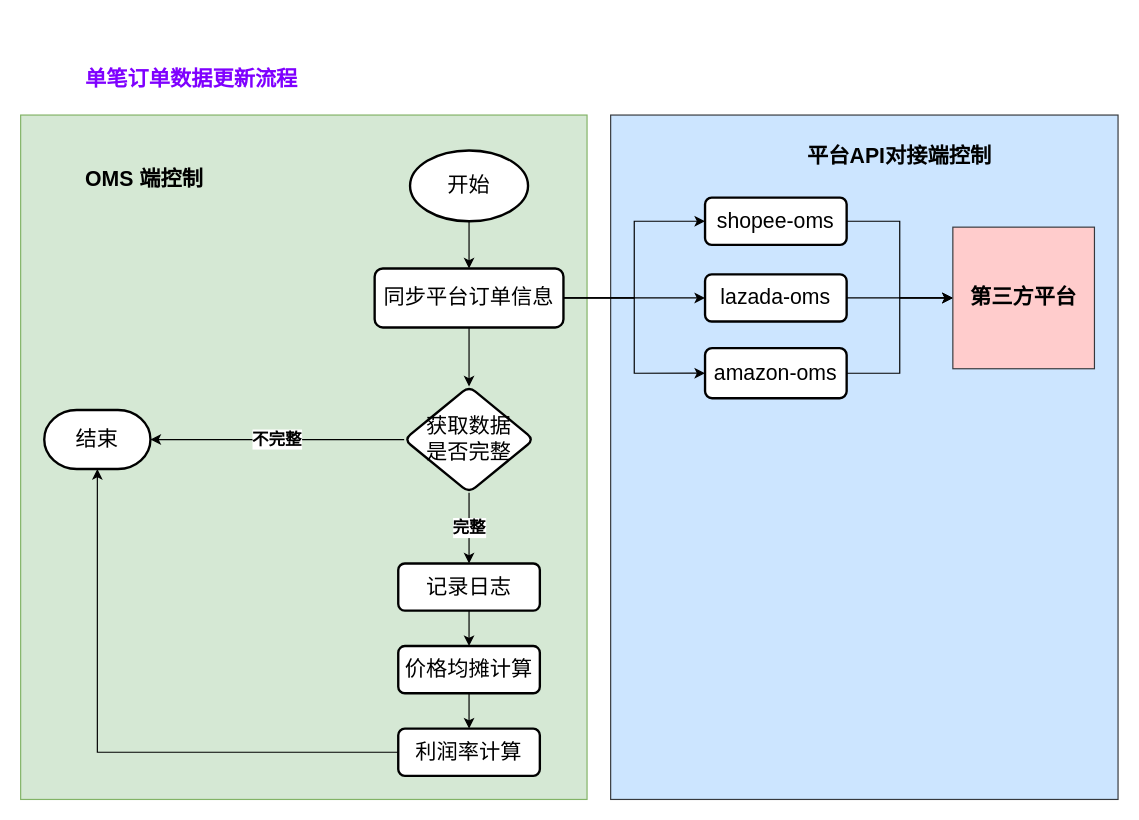
This is longpean/OMS-4.8.1.drawio from GitHeP/diagrams, a draw.io file, before an edit. Source tidied: cells renumbered, new cells numbered last; positions are measured from the earlier drawing's top-left corner, leaving out a move shared by most shapes. Both pictures are drawn from the tidied source at 118%, with x=0, y=0 at pixel (20, 32).
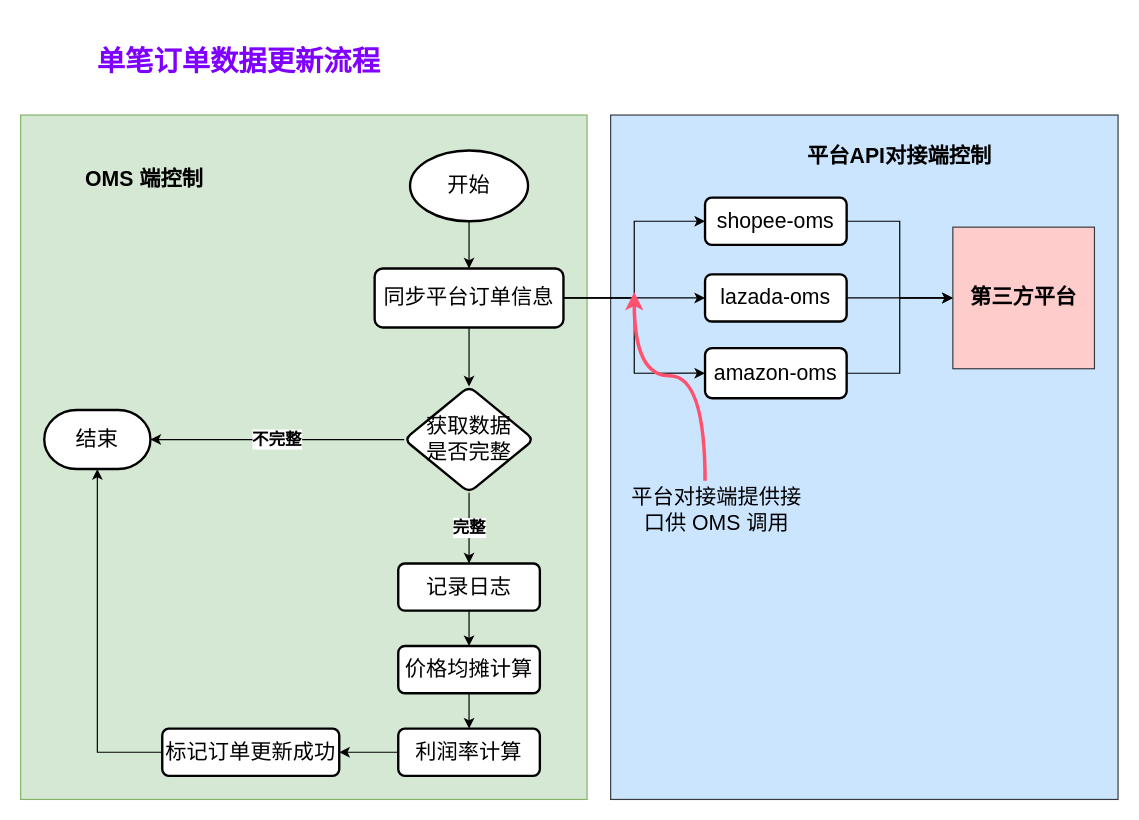
Above is the later version.

The change refers to these unchanged cells:
```xml
<mxCell id="11" value="&lt;font style=&quot;font-size: 18px;&quot;&gt;结束&lt;/font&gt;" style="strokeWidth=2;html=1;shape=mxgraph.flowchart.terminator;whiteSpace=wrap;" parent="1" vertex="1">
  <mxGeometry x="20" y="320" width="90" height="50" as="geometry" />
</mxCell>
<mxCell id="26" value="&lt;font style=&quot;font-size: 18px;&quot;&gt;利润率计算&lt;/font&gt;" style="rounded=1;whiteSpace=wrap;html=1;arcSize=14;strokeWidth=2;" parent="1" vertex="1">
  <mxGeometry x="320" y="590" width="120" height="40" as="geometry" />
</mxCell>
```

What changed in the source:
```diff
@@
-    <mxCell id="25" style="edgeStyle=orthogonalEdgeStyle;rounded=0;jettySize=auto;html=1;entryX=0.5;entryY=1;entryDx=0;entryDy=0;entryPerimeter=0;" parent="1" edge="1" source="26" target="11">
-      <mxGeometry relative="1" as="geometry" />
-    </mxCell>
+    <mxCell id="31" style="edgeStyle=orthogonalEdgeStyle;rounded=0;jettySize=auto;html=1;" parent="1" edge="1" source="26" target="35">
+      <mxGeometry relative="1" as="geometry" />
+    </mxCell>
@@
-    <mxCell id="27" value="&lt;font color=&quot;#7f00ff&quot; style=&quot;font-size: 18px;&quot;&gt;&lt;b&gt;单笔订单数据更新流程&lt;/b&gt;&lt;/font&gt;" style="text;html=1;strokeColor=none;fillColor=none;align=center;verticalAlign=middle;whiteSpace=wrap;rounded=0;" parent="1" vertex="1">
-      <mxGeometry x="50" width="190" height="80" as="geometry" />
+    <mxCell id="27" value="&lt;font color=&quot;#7f00ff&quot; style=&quot;font-size: 24px;&quot;&gt;&lt;b style=&quot;&quot;&gt;单笔订单数据更新流程&lt;/b&gt;&lt;/font&gt;" style="text;html=1;strokeColor=none;fillColor=none;align=center;verticalAlign=middle;whiteSpace=wrap;rounded=0;" parent="1" vertex="1">
+      <mxGeometry x="50" y="-10" width="270" height="70" as="geometry" />
     </mxCell>
@@
+    <mxCell id="32" style="edgeStyle=orthogonalEdgeStyle;jettySize=auto;html=1;curved=1;strokeColor=#FF526F;strokeWidth=3;" parent="1" edge="1" source="33">
+      <mxGeometry relative="1" as="geometry">
+        <mxPoint x="520" y="220" as="targetPoint" />
+        <Array as="points">
+          <mxPoint x="580" y="291" />
+          <mxPoint x="520" y="291" />
+        </Array>
+      </mxGeometry>
+    </mxCell>
+    <mxCell id="33" value="&lt;font style=&quot;font-size: 18px;&quot;&gt;平台对接端提供接口供 OMS 调用&lt;/font&gt;" style="text;html=1;strokeColor=none;fillColor=none;align=center;verticalAlign=middle;whiteSpace=wrap;rounded=0;" parent="1" vertex="1">
+      <mxGeometry x="510" y="380" width="160" height="50" as="geometry" />
+    </mxCell>
+    <mxCell id="34" style="edgeStyle=orthogonalEdgeStyle;rounded=0;jettySize=auto;html=1;entryX=0.5;entryY=1;entryDx=0;entryDy=0;entryPerimeter=0;" parent="1" edge="1" source="35" target="11">
+      <mxGeometry relative="1" as="geometry" />
+    </mxCell>
+    <mxCell id="35" value="&lt;font style=&quot;font-size: 18px;&quot;&gt;标记订单更新成功&lt;/font&gt;" style="rounded=1;whiteSpace=wrap;html=1;arcSize=14;strokeWidth=2;" parent="1" vertex="1">
+      <mxGeometry x="120" y="590" width="150" height="40" as="geometry" />
+    </mxCell>
```
